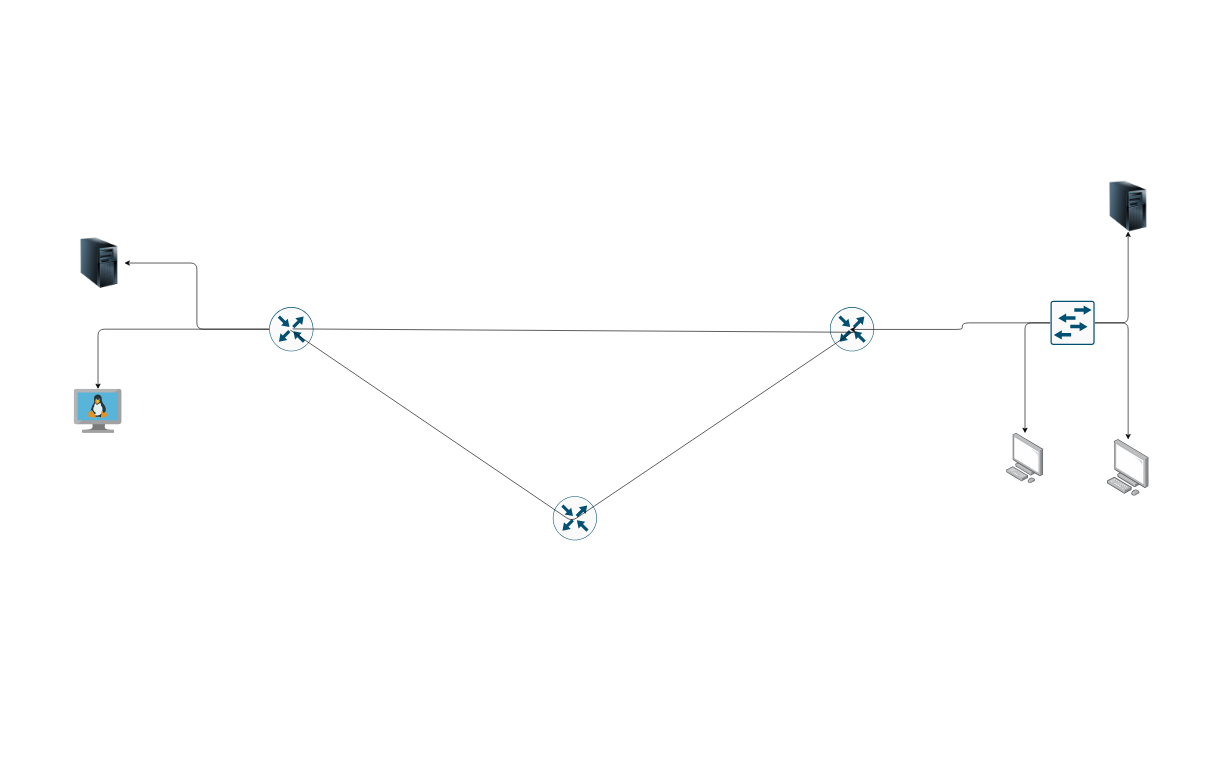
The draw.io diagram Untitled Diagram.drawio in 1BABAYKA1/Offices, before the edit. Source tidied: cells renumbered, new cells numbered last; positions are measured from the earlier drawing's top-left corner, leaving out a move shared by most shapes. Both pictures are drawn from the tidied source at 63%, with x=0, y=0 at pixel (74, 181).
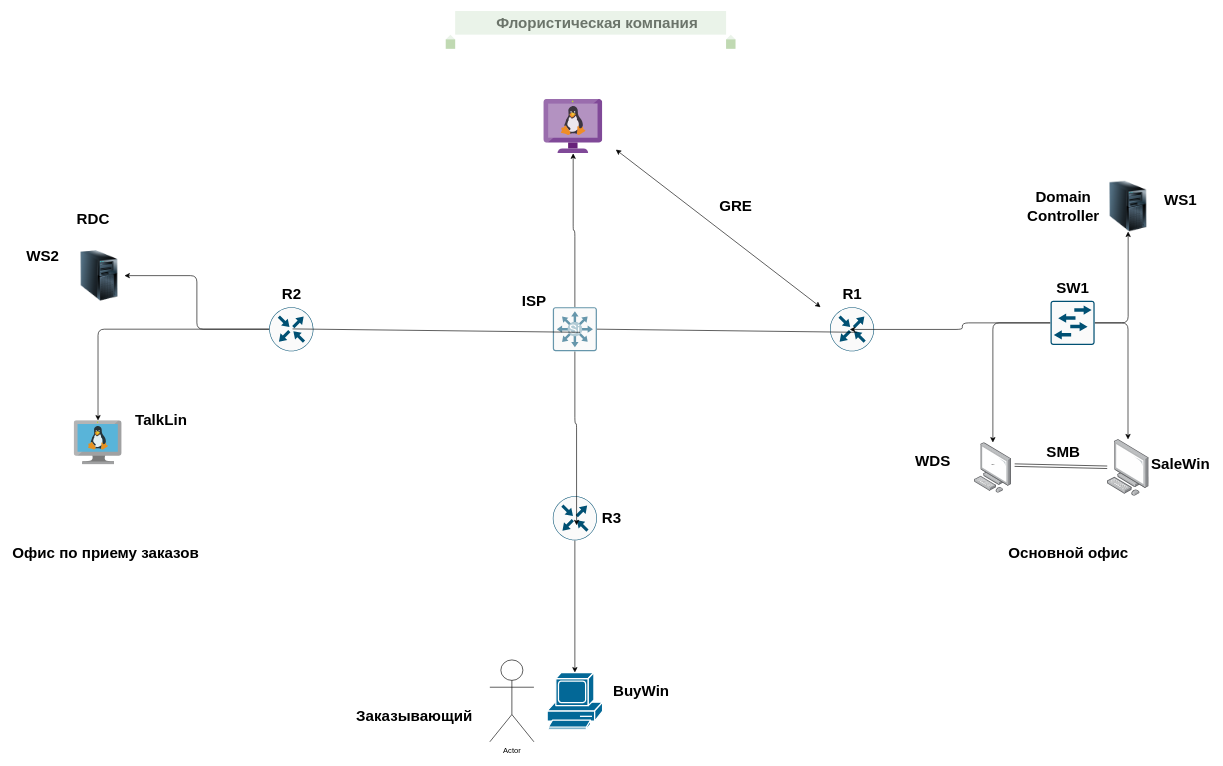
The same page after the edit.

Unchanged cells that the change refers to:
```xml
<mxCell id="2" style="sketch=0;points=[[0.5,0,0],[1,0.5,0],[0.5,1,0],[0,0.5,0],[0.145,0.145,0],[0.8555,0.145,0],[0.855,0.8555,0],[0.145,0.855,0]];verticalLabelPosition=bottom;html=1;verticalAlign=top;align=center;shape=mxgraph.cisco19.rect;prIcon=router;fillColor=#FAFAFA;strokeColor=#005073;rounded=0;" parent="1" vertex="1">
  <mxGeometry x="1200" y="200" width="70" height="70" as="geometry" />
</mxCell>
<mxCell id="5" style="sketch=0;points=[[0.5,0,0],[1,0.5,0],[0.5,1,0],[0,0.5,0],[0.145,0.145,0],[0.8555,0.145,0],[0.855,0.8555,0],[0.145,0.855,0]];verticalLabelPosition=bottom;html=1;verticalAlign=top;align=center;shape=mxgraph.cisco19.rect;prIcon=router;fillColor=#FAFAFA;strokeColor=#005073;rounded=0;" parent="1" vertex="1">
  <mxGeometry x="310" y="200" width="70" height="70" as="geometry" />
</mxCell>
<mxCell id="6" style="sketch=0;points=[[0.5,0,0],[1,0.5,0],[0.5,1,0],[0,0.5,0],[0.145,0.145,0],[0.8555,0.145,0],[0.855,0.8555,0],[0.145,0.855,0]];verticalLabelPosition=bottom;html=1;verticalAlign=top;align=center;shape=mxgraph.cisco19.rect;prIcon=router;fillColor=#FAFAFA;strokeColor=#005073;rounded=0;" parent="1" vertex="1">
  <mxGeometry x="760" y="500" width="70" height="70" as="geometry" />
</mxCell>
<mxCell id="9" style="points=[];html=1;align=center;shadow=0;dashed=0;image;image=img/lib/allied_telesis/computer_and_terminals/Personal_Computer.svg;rounded=0;sketch=0;" parent="1" vertex="1">
  <mxGeometry x="1640" y="410" width="66.4" height="90" as="geometry" />
</mxCell>
<mxCell id="18" style="sketch=0;points=[[0.015,0.015,0],[0.985,0.015,0],[0.985,0.985,0],[0.015,0.985,0],[0.25,0,0],[0.5,0,0],[0.75,0,0],[1,0.25,0],[1,0.5,0],[1,0.75,0],[0.75,1,0],[0.5,1,0],[0.25,1,0],[0,0.75,0],[0,0.5,0],[0,0.25,0]];verticalLabelPosition=bottom;html=1;verticalAlign=top;align=center;shape=mxgraph.cisco19.rect;prIcon=l2_switch;fillColor=#FAFAFA;strokeColor=#005073;rounded=0;" parent="1" vertex="1">
  <mxGeometry x="1550" y="190" width="70" height="70" as="geometry" />
</mxCell>
```

Diff of the diagram source:
```diff
@@
+    <mxCell id="19" style="edgeStyle=orthogonalEdgeStyle;curved=0;rounded=1;sketch=0;jettySize=auto;html=1;" parent="1" edge="1" source="6" target="20">
+      <mxGeometry relative="1" as="geometry" />
+    </mxCell>
@@
     <mxCell id="8" style="image;html=1;image=img/lib/clip_art/computers/Server_Tower_128x128.png;rounded=0;sketch=0;" parent="1" vertex="1">
-      <mxGeometry y="90" width="80" height="80" as="geometry" />
+      <mxGeometry y="110" width="80" height="80" as="geometry" />
     </mxCell>
@@
-    <mxCell id="10" style="endArrow=none;html=1;rounded=1;sketch=0;curved=0;entryX=0.539;entryY=0.545;entryDx=0;entryDy=0;entryPerimeter=0;exitX=0.474;exitY=0.519;exitDx=0;exitDy=0;exitPerimeter=0;" parent="1" edge="1" source="5" target="2">
-      <mxGeometry relative="1" as="geometry">
-        <Array as="points">
-          <mxPoint x="790" y="540" />
-        </Array>
-      </mxGeometry>
-    </mxCell>
-    <mxCell id="11" style="endArrow=none;html=1;rounded=1;sketch=0;curved=0;entryX=0.617;entryY=0.571;entryDx=0;entryDy=0;entryPerimeter=0;exitX=0.526;exitY=0.494;exitDx=0;exitDy=0;exitPerimeter=0;" parent="1" edge="1" source="5" target="2">
+    <mxCell id="11" style="endArrow=none;html=1;rounded=1;sketch=0;curved=0;entryX=0.617;entryY=0.571;entryDx=0;entryDy=0;entryPerimeter=0;exitX=0.526;exitY=0.494;exitDx=0;exitDy=0;exitPerimeter=0;startArrow=none;" parent="1" edge="1" source="40" target="2">
       <mxGeometry relative="1" as="geometry" />
     </mxCell>
     <mxCell id="12" style="points=[];html=1;align=center;shadow=0;dashed=0;image;image=img/lib/allied_telesis/computer_and_terminals/Personal_Computer.svg;rounded=0;sketch=0;" parent="1" vertex="1">
-      <mxGeometry x="1480" y="400" width="59" height="80" as="geometry" />
+      <mxGeometry x="1429" y="415" width="59" height="80" as="geometry" />
     </mxCell>
     <mxCell id="13" style="sketch=0;html=1;points=[];align=center;image;fontSize=12;image=img/lib/mscae/VM_Linux.svg;rounded=0;" parent="1" vertex="1">
-      <mxGeometry y="330" width="76.1" height="70" as="geometry" />
+      <mxGeometry y="380" width="76.1" height="70" as="geometry" />
     </mxCell>
@@
     <mxCell id="16" style="edgeStyle=orthogonalEdgeStyle;curved=0;rounded=1;sketch=0;jettySize=auto;html=1;" parent="1" edge="1" source="18" target="9">
-      <mxGeometry relative="1" as="geometry" />
+      <mxGeometry relative="1" as="geometry">
+        <Array as="points">
+          <mxPoint x="1673" y="225" />
+        </Array>
+      </mxGeometry>
     </mxCell>
@@
+    <mxCell id="20" style="shape=mxgraph.cisco.computers_and_peripherals.pc;html=1;dashed=0;fillColor=#036897;strokeColor=#ffffff;strokeWidth=2;verticalLabelPosition=bottom;verticalAlign=top;align=center;outlineConnect=0;rounded=0;sketch=0;" parent="1" vertex="1">
+      <mxGeometry x="751" y="780" width="88" height="90" as="geometry" />
+    </mxCell>
+    <mxCell id="21" value="Основной офис" style="text;strokeColor=none;fillColor=none;html=1;fontSize=24;fontStyle=1;verticalAlign=middle;align=center;rounded=0;sketch=0;" parent="1" vertex="1">
+      <mxGeometry x="1528.2" y="570" width="100" height="40" as="geometry" />
+    </mxCell>
+    <mxCell id="22" value="Офис по приему заказов" style="text;strokeColor=none;fillColor=none;html=1;fontSize=24;fontStyle=1;verticalAlign=middle;align=center;rounded=0;sketch=0;" parent="1" vertex="1">
+      <mxGeometry y="570" width="100" height="40" as="geometry" />
+    </mxCell>
+    <mxCell id="23" value="Заказывающий" style="text;strokeColor=none;fillColor=none;html=1;fontSize=24;fontStyle=1;verticalAlign=middle;align=center;rounded=0;sketch=0;" parent="1" vertex="1">
+      <mxGeometry x="490" y="830" width="100" height="40" as="geometry" />
+    </mxCell>
+    <mxCell id="24" value="Actor" style="shape=umlActor;verticalLabelPosition=bottom;verticalAlign=top;html=1;rounded=0;sketch=0;" parent="1" vertex="1">
+      <mxGeometry x="660" y="760" width="70" height="130" as="geometry" />
+    </mxCell>
+    <mxCell id="25" value="Флористическая компания" style="text;strokeColor=none;fillColor=none;html=1;fontSize=24;fontStyle=1;verticalAlign=middle;align=center;rounded=0;sketch=0;" parent="1" vertex="1">
+      <mxGeometry x="780" y="-270" width="100" height="40" as="geometry" />
+    </mxCell>
+    <mxCell id="26" style="verticalLabelPosition=bottom;verticalAlign=top;html=1;shadow=0;dashed=0;strokeWidth=1;shape=mxgraph.android.textSelHandles;fillColor=#d5e8d4;strokeColor=#82b366;rounded=0;sketch=0;fontSize=40;" parent="1" vertex="1">
+      <mxGeometry x="590" y="-270" width="460" height="60" as="geometry" />
+    </mxCell>
+    <mxCell id="27" value="WDS" style="text;html=1;align=center;verticalAlign=middle;whiteSpace=wrap;rounded=0;sketch=0;fontSize=2;strokeWidth=21;perimeterSpacing=4;" parent="1" vertex="1">
+      <mxGeometry x="1429" y="435" width="60" height="30" as="geometry" />
+    </mxCell>
+    <mxCell id="28" value="WDS" style="text;strokeColor=none;fillColor=none;html=1;fontSize=24;fontStyle=1;verticalAlign=middle;align=center;rounded=0;sketch=0;" parent="1" vertex="1">
+      <mxGeometry x="1313" y="425" width="100" height="40" as="geometry" />
+    </mxCell>
+    <mxCell id="29" value="Domain&lt;br&gt;Controller" style="text;strokeColor=none;fillColor=none;html=1;fontSize=24;fontStyle=1;verticalAlign=middle;align=center;rounded=0;sketch=0;" parent="1" vertex="1">
+      <mxGeometry x="1520" y="20" width="100" height="40" as="geometry" />
+    </mxCell>
+    <mxCell id="30" value="R1" style="text;strokeColor=none;fillColor=none;html=1;fontSize=24;fontStyle=1;verticalAlign=middle;align=center;rounded=0;sketch=0;" parent="1" vertex="1">
+      <mxGeometry x="1185" y="160" width="100" height="40" as="geometry" />
+    </mxCell>
+    <mxCell id="31" value="R2" style="text;strokeColor=none;fillColor=none;html=1;fontSize=24;fontStyle=1;verticalAlign=middle;align=center;rounded=0;sketch=0;" parent="1" vertex="1">
+      <mxGeometry x="295" y="160" width="100" height="40" as="geometry" />
+    </mxCell>
+    <mxCell id="32" value="R3" style="text;strokeColor=none;fillColor=none;html=1;fontSize=24;fontStyle=1;verticalAlign=middle;align=center;rounded=0;sketch=0;" parent="1" vertex="1">
+      <mxGeometry x="803" y="515" width="100" height="40" as="geometry" />
+    </mxCell>
+    <mxCell id="33" value="WS1" style="text;strokeColor=none;fillColor=none;html=1;fontSize=24;fontStyle=1;verticalAlign=middle;align=center;rounded=0;sketch=0;" parent="1" vertex="1">
+      <mxGeometry x="1706.4" y="10" width="100" height="40" as="geometry" />
+    </mxCell>
+    <mxCell id="34" value="WS2" style="text;strokeColor=none;fillColor=none;html=1;fontSize=24;fontStyle=1;verticalAlign=middle;align=center;rounded=0;sketch=0;" parent="1" vertex="1">
+      <mxGeometry x="-100" y="100" width="100" height="40" as="geometry" />
+    </mxCell>
+    <mxCell id="35" value="BuyWin" style="text;strokeColor=none;fillColor=none;html=1;fontSize=24;fontStyle=1;verticalAlign=middle;align=center;rounded=0;sketch=0;" parent="1" vertex="1">
+      <mxGeometry x="850" y="790" width="100" height="40" as="geometry" />
+    </mxCell>
+    <mxCell id="36" value="SaleWin" style="text;strokeColor=none;fillColor=none;html=1;fontSize=24;fontStyle=1;verticalAlign=middle;align=center;rounded=0;sketch=0;" parent="1" vertex="1">
+      <mxGeometry x="1706.4" y="430" width="100" height="40" as="geometry" />
+    </mxCell>
+    <mxCell id="37" value="TalkLin" style="text;strokeColor=none;fillColor=none;html=1;fontSize=24;fontStyle=1;verticalAlign=middle;align=center;rounded=0;sketch=0;" parent="1" vertex="1">
+      <mxGeometry x="88" y="360" width="100" height="40" as="geometry" />
+    </mxCell>
+    <mxCell id="38" style="edgeStyle=orthogonalEdgeStyle;curved=0;rounded=1;sketch=0;jettySize=auto;html=1;entryX=0.539;entryY=0.662;entryDx=0;entryDy=0;entryPerimeter=0;fontSize=20;" parent="1" edge="1" source="40" target="6">
+      <mxGeometry relative="1" as="geometry" />
+    </mxCell>
+    <mxCell id="39" style="edgeStyle=orthogonalEdgeStyle;curved=0;rounded=1;sketch=0;jettySize=auto;html=1;fontSize=20;" parent="1" edge="1" source="40" target="42">
+      <mxGeometry relative="1" as="geometry" />
+    </mxCell>
+    <mxCell id="40" style="sketch=0;points=[[0.015,0.015,0],[0.985,0.015,0],[0.985,0.985,0],[0.015,0.985,0],[0.25,0,0],[0.5,0,0],[0.75,0,0],[1,0.25,0],[1,0.5,0],[1,0.75,0],[0.75,1,0],[0.5,1,0],[0.25,1,0],[0,0.75,0],[0,0.5,0],[0,0.25,0]];verticalLabelPosition=bottom;html=1;verticalAlign=top;align=center;shape=mxgraph.cisco19.rect;prIcon=secure_catalyst_switch_subdued2;fillColor=#FAFAFA;strokeColor=#6696AB;rounded=0;fontSize=20;" parent="1" vertex="1">
+      <mxGeometry x="760" y="200" width="70" height="70" as="geometry" />
+    </mxCell>
+    <mxCell id="41" style="endArrow=none;html=1;rounded=1;sketch=0;curved=0;entryX=0.617;entryY=0.571;entryDx=0;entryDy=0;entryPerimeter=0;exitX=0.526;exitY=0.494;exitDx=0;exitDy=0;exitPerimeter=0;" parent="1" edge="1" source="5" target="40">
+      <mxGeometry relative="1" as="geometry" />
+    </mxCell>
+    <mxCell id="42" style="sketch=0;html=1;points=[];align=center;image;fontSize=12;image=img/lib/mscae/VM_Linux_Non_Azure.svg;rounded=0;strokeWidth=21;" parent="1" vertex="1">
+      <mxGeometry x="745.5" y="-130" width="93.5" height="86" as="geometry" />
+    </mxCell>
+    <mxCell id="43" style="endArrow=classic;startArrow=classic;html=1;rounded=1;sketch=0;fontSize=20;curved=0;exitX=0;exitY=1;exitDx=0;exitDy=0;" parent="1" edge="1" source="30">
+      <mxGeometry relative="1" as="geometry">
+        <mxPoint x="860" y="-50" as="targetPoint" />
+      </mxGeometry>
+    </mxCell>
+    <mxCell id="44" value="GRE" style="text;strokeColor=none;fillColor=none;html=1;fontSize=24;fontStyle=1;verticalAlign=middle;align=center;rounded=0;sketch=0;" parent="1" vertex="1">
+      <mxGeometry x="1000" y="20" width="100" height="40" as="geometry" />
+    </mxCell>
+    <mxCell id="45" style="shape=link;html=1;rounded=1;sketch=0;fontSize=20;curved=0;" parent="1" edge="1" source="27" target="9">
+      <mxGeometry relative="1" as="geometry" />
+    </mxCell>
+    <mxCell id="46" value="SMB" style="text;strokeColor=none;fillColor=none;html=1;fontSize=24;fontStyle=1;verticalAlign=middle;align=center;rounded=0;sketch=0;" parent="1" vertex="1">
+      <mxGeometry x="1520" y="410" width="100" height="40" as="geometry" />
+    </mxCell>
+    <mxCell id="47" value="RDC" style="text;strokeColor=none;fillColor=none;html=1;fontSize=24;fontStyle=1;verticalAlign=middle;align=center;" parent="1" vertex="1">
+      <mxGeometry x="-20" y="40" width="100" height="40" as="geometry" />
+    </mxCell>
+    <mxCell id="48" value="ISP" style="text;strokeColor=none;fillColor=none;html=1;fontSize=24;fontStyle=1;verticalAlign=middle;align=center;" parent="1" vertex="1">
+      <mxGeometry x="680" y="170" width="100" height="40" as="geometry" />
+    </mxCell>
+    <mxCell id="49" value="SW1" style="text;strokeColor=none;fillColor=none;html=1;fontSize=24;fontStyle=1;verticalAlign=middle;align=center;" parent="1" vertex="1">
+      <mxGeometry x="1535" y="150" width="100" height="40" as="geometry" />
+    </mxCell>
```
